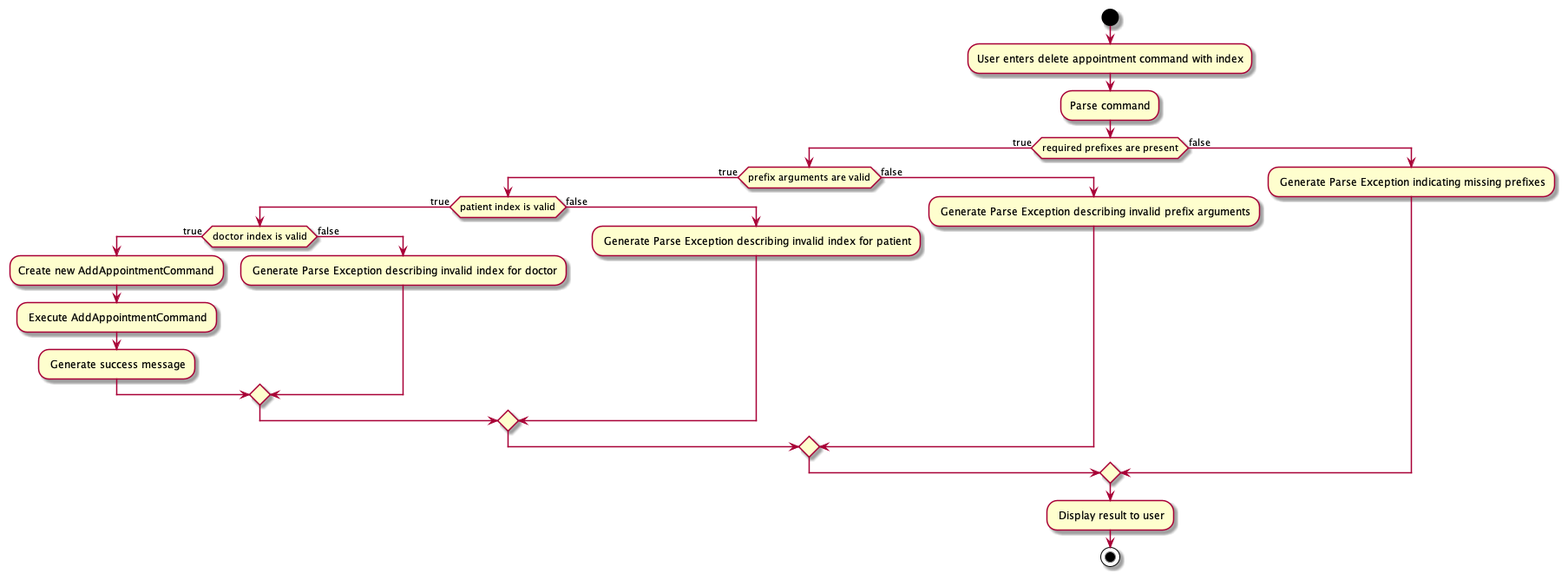
The PlantUML diagram docs/images/AddAppointmentActivityDiagram.png in nus-cs2103-AY2122S1/tp, before a commit. Its diagram source:
```plantuml
@startuml

start
:User enters delete appointment command with index;
:Parse command;
if (required prefixes are present) then (true)
  if (prefix arguments are valid) then (true)
      if (patient index is valid) then (true)
         if (doctor index is valid) then (true)
            :Create new AddAppointmentCommand;
            : Execute AddAppointmentCommand;
            : Generate success message;
         else (false)
         : Generate Parse Exception describing invalid index for doctor;
         endif
      else (false)
      : Generate Parse Exception describing invalid index for patient;
      endif
  else (false)
  : Generate Parse Exception describing invalid prefix arguments;
  endif
else (false)
: Generate Parse Exception indicating missing prefixes;
endif
: Display result to user;
stop

@enduml
```
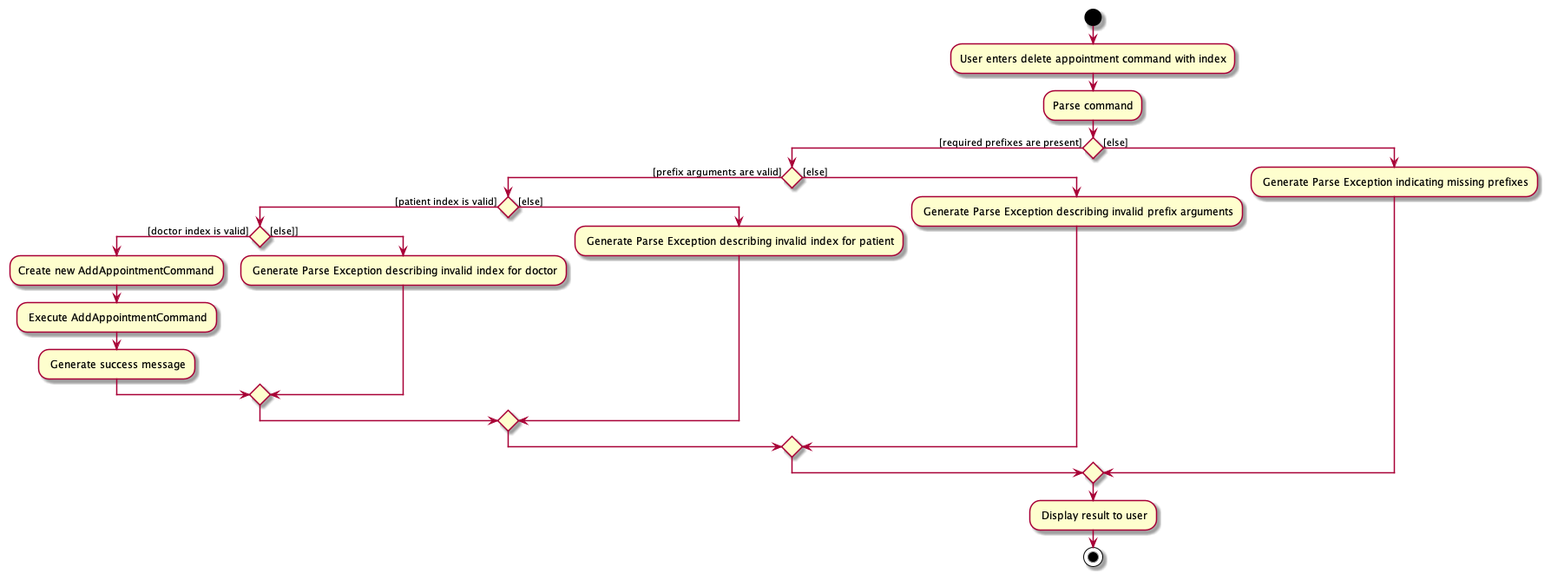
After the change.

Commit message:
Fix activity diagrams

The edit, as a diff of the source:
```diff
@@ -3,23 +3,23 @@
 start
 :User enters delete appointment command with index;
 :Parse command;
-if (required prefixes are present) then (true)
-  if (prefix arguments are valid) then (true)
-      if (patient index is valid) then (true)
-         if (doctor index is valid) then (true)
+if () then ([required prefixes are present])
+  if () then ([prefix arguments are valid])
+      if () then ([patient index is valid])
+         if () then ([doctor index is valid])
             :Create new AddAppointmentCommand;
             : Execute AddAppointmentCommand;
             : Generate success message;
-         else (false)
+         else ([else]])
          : Generate Parse Exception describing invalid index for doctor;
          endif
-      else (false)
+      else ([else])
       : Generate Parse Exception describing invalid index for patient;
       endif
-  else (false)
+  else ([else])
   : Generate Parse Exception describing invalid prefix arguments;
   endif
-else (false)
+else ([else])
 : Generate Parse Exception indicating missing prefixes;
 endif
 : Display result to user;
```
